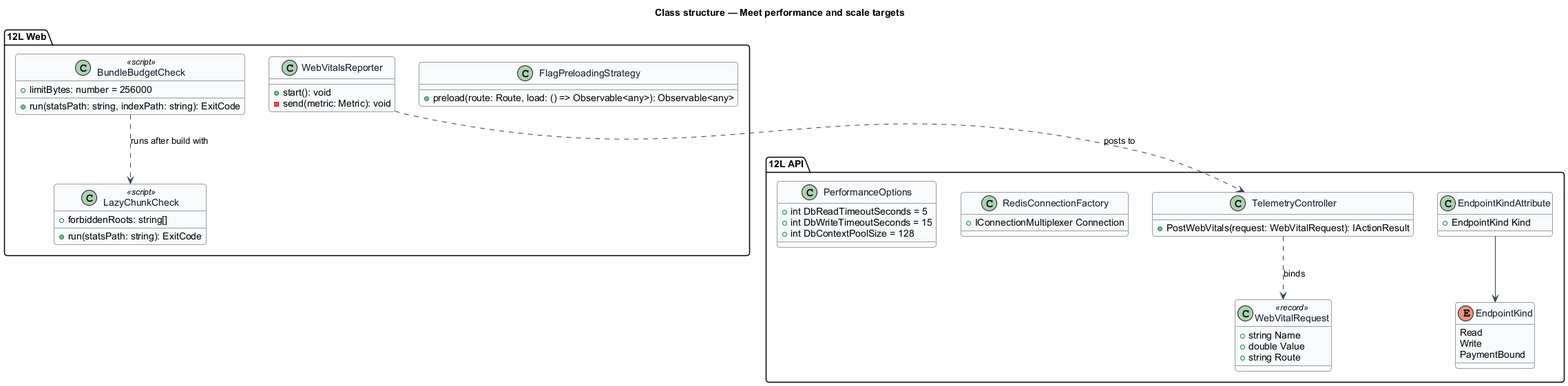
The PlantUML diagram docs/detailed-designs/platform/meet-performance-and-scale/diagrams/class-structure.png in QuinntyneBrown/12l, before a commit.
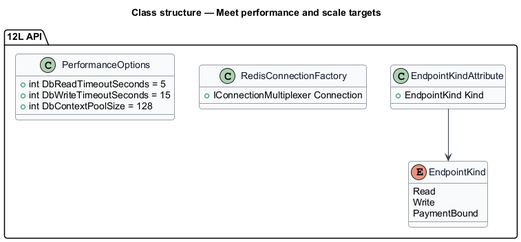
After the change.

What changed in the source:
```diff
@@ -11,23 +11,6 @@
 }
 title Class structure — Meet performance and scale targets
 
-package "12L Web" {
-  class FlagPreloadingStrategy {
-    +preload(route: Route, load: () => Observable<any>): Observable<any>
-  }
-  class WebVitalsReporter {
-    +start(): void
-    -send(metric: Metric): void
-  }
-  class BundleBudgetCheck <<script>> {
-    +limitBytes: number = 256000
-    +run(statsPath: string, indexPath: string): ExitCode
-  }
-  class LazyChunkCheck <<script>> {
-    +forbiddenRoots: string[]
-    +run(statsPath: string): ExitCode
-  }
-}
 package "12L API" {
   enum EndpointKind {
     Read
@@ -36,14 +19,6 @@
   }
   class EndpointKindAttribute {
     +EndpointKind Kind
-  }
-  class TelemetryController {
-    +PostWebVitals(request: WebVitalRequest): IActionResult
-  }
-  class WebVitalRequest <<record>> {
-    +string Name
-    +double Value
-    +string Route
   }
   class RedisConnectionFactory {
     +IConnectionMultiplexer Connection
@@ -55,7 +30,4 @@
   }
 }
 EndpointKindAttribute --> EndpointKind
-TelemetryController ..> WebVitalRequest : binds
-WebVitalsReporter ..> TelemetryController : posts to
-BundleBudgetCheck ..> LazyChunkCheck : runs after build with
 @enduml
```
